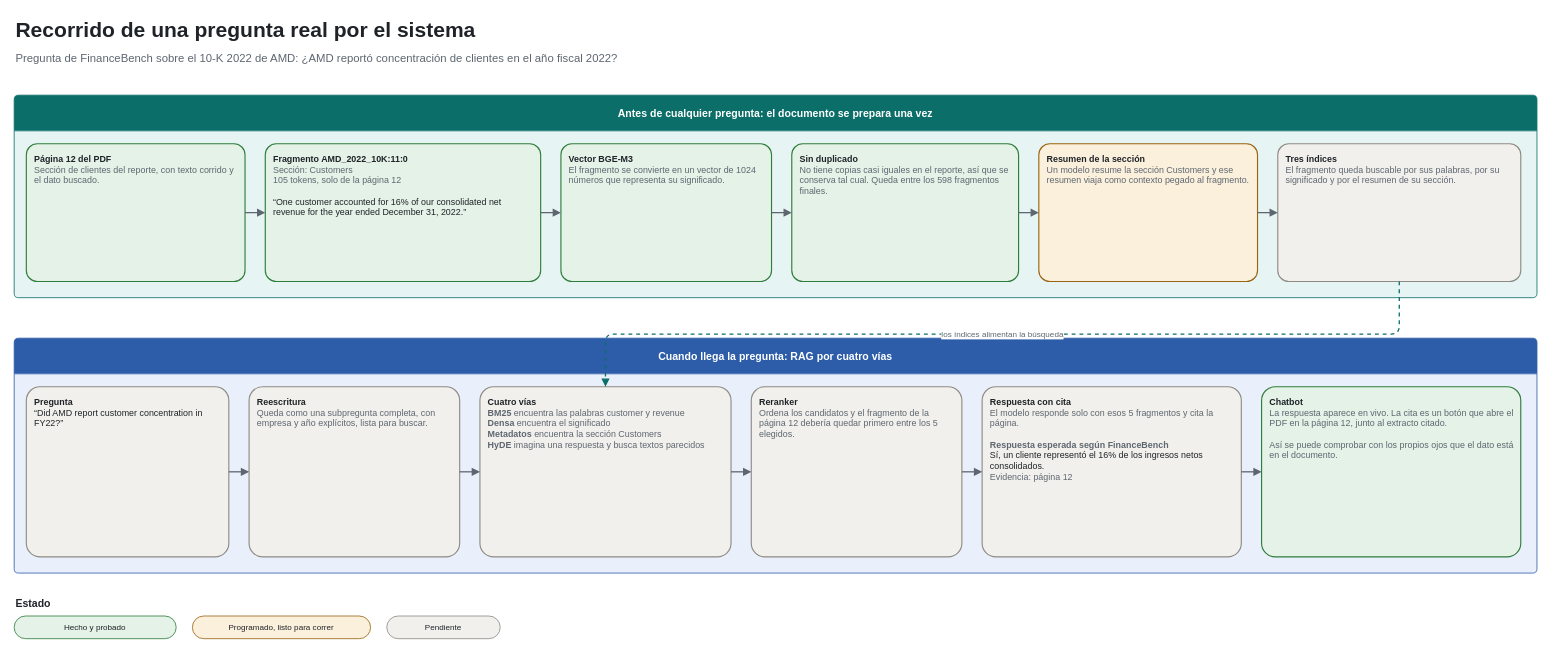
This is page "2 Recorrido de una pregunta" (2 of 2) of docs/diagramas/finsage-flujo.drawio from Walturx/replica-finsage, a draw.io file, before an edit. Source tidied: cells renumbered, new cells numbered last; positions are measured from the earlier drawing's top-left corner, leaving out a move shared by most shapes. Both pictures are drawn from the tidied source at 81%, with x=0, y=0 at pixel (14, 14).
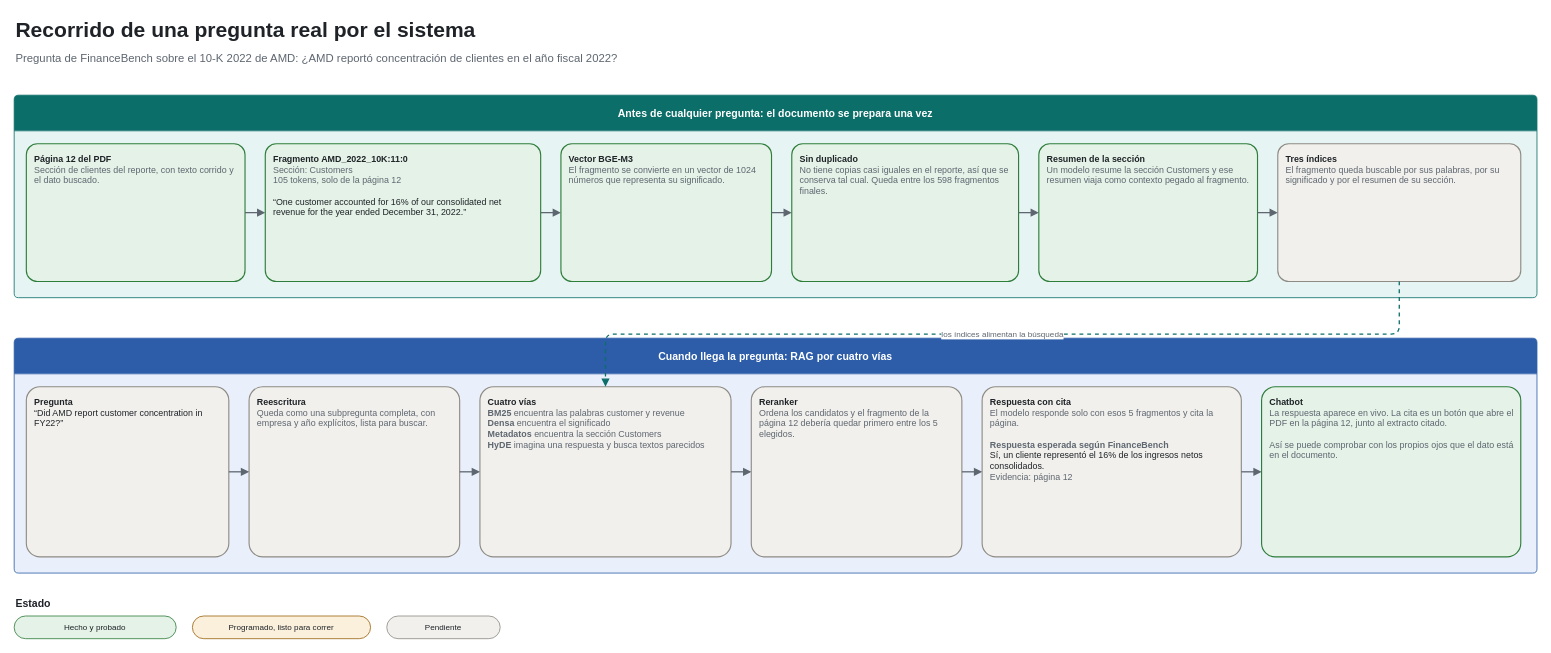
The same page after the edit.

The change refers to these unchanged cells:
```xml
<mxCell id="4" value="Antes de cualquier pregunta: el documento se prepara una vez" style="swimlane;html=1;startSize=44;rounded=1;arcSize=4;whiteSpace=wrap;fillColor=#0B6E69;swimlaneFillColor=#E6F4F3;strokeColor=#0B6E69;fontColor=#FFFFFF;fontSize=13;fontStyle=1;fontFamily=Helvetica;" parent="1" vertex="1">
  <mxGeometry y="100" width="1880" height="250" as="geometry" />
</mxCell>
```

Change to the diagram source:
```diff
@@
-    <mxCell id="9" value="&lt;b&gt;Resumen de la sección&lt;/b&gt;&lt;br&gt;&lt;span style='color:#5E6670'&gt;Un modelo resume la sección Customers y ese resumen viaja como contexto pegado al fragmento.&lt;/span&gt;" style="rounded=1;arcSize=8;whiteSpace=wrap;html=1;fillColor=#FBF0DC;strokeColor=#9A6412;strokeWidth=1.4;fontColor=#1F2328;fontSize=11;fontFamily=Helvetica;align=left;verticalAlign=top;spacingLeft=8;spacingRight=8;spacingTop=6;" parent="4" vertex="1">
+    <mxCell id="9" value="&lt;b&gt;Resumen de la sección&lt;/b&gt;&lt;br&gt;&lt;span style='color:#5E6670'&gt;Un modelo resume la sección Customers y ese resumen viaja como contexto pegado al fragmento.&lt;/span&gt;" style="rounded=1;arcSize=8;whiteSpace=wrap;html=1;fillColor=#E4F2E7;strokeColor=#2F7D3B;strokeWidth=1.4;fontColor=#1F2328;fontSize=11;fontFamily=Helvetica;align=left;verticalAlign=top;spacingLeft=8;spacingRight=8;spacingTop=6;" parent="4" vertex="1">
       <mxGeometry x="1265" y="60" width="270" height="170" as="geometry" />
     </mxCell>
```
